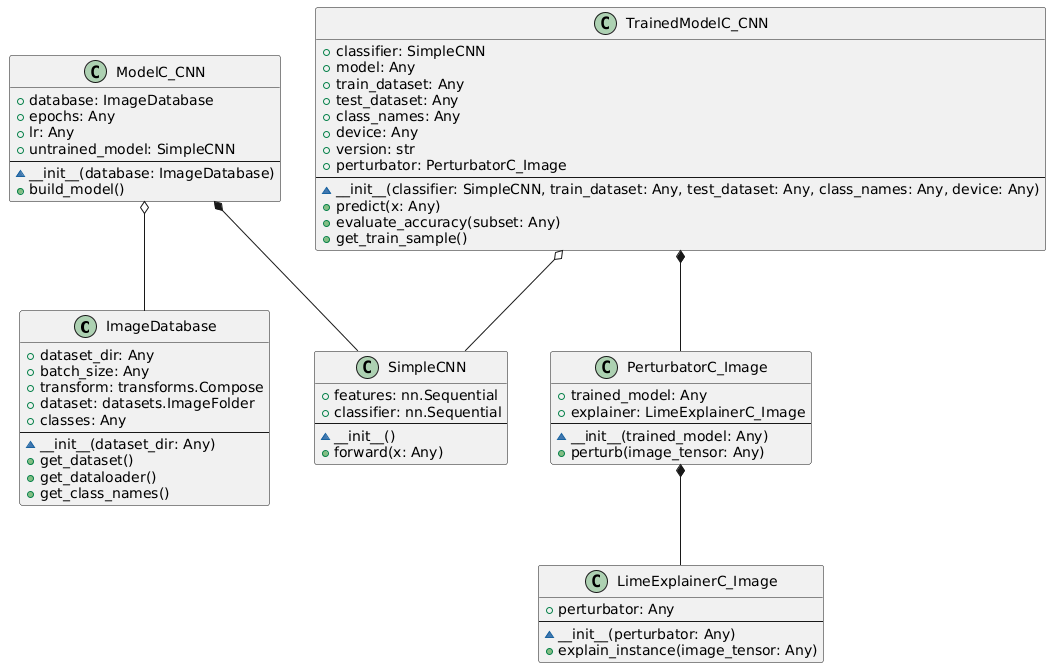
miklotovx/UMLOOModeler keeps this PlantUML diagram as ImageModule/image_lime_UMLOOModeler_diagram.png. Above is the earlier version. Source of this version:
```plantuml
@startuml

class "ImageDatabase" {
  + dataset_dir: Any
  + batch_size: Any
  + transform: transforms.Compose
  + dataset: datasets.ImageFolder
  + classes: Any
  --
  ~ __init__(dataset_dir: Any)
  + get_dataset()
  + get_dataloader()
  + get_class_names()
}

class "ModelC_CNN" {
  + database: ImageDatabase
  + epochs: Any
  + lr: Any
  + untrained_model: SimpleCNN
  --
  ~ __init__(database: ImageDatabase)
  + build_model()
}

class "SimpleCNN" {
  + features: nn.Sequential
  + classifier: nn.Sequential
  --
  ~ __init__()
  + forward(x: Any)
}

class "TrainedModelC_CNN" {
  + classifier: SimpleCNN
  + model: Any
  + train_dataset: Any
  + test_dataset: Any
  + class_names: Any
  + device: Any
  + version: str
  + perturbator: PerturbatorC_Image
  --
  ~ __init__(classifier: SimpleCNN, train_dataset: Any, test_dataset: Any, class_names: Any, device: Any)
  + predict(x: Any)
  + evaluate_accuracy(subset: Any)
  + get_train_sample()
}

class "PerturbatorC_Image" {
  + trained_model: Any
  + explainer: LimeExplainerC_Image
  --
  ~ __init__(trained_model: Any)
  + perturb(image_tensor: Any)
}

class "LimeExplainerC_Image" {
  + perturbator: Any
  --
  ~ __init__(perturbator: Any)
  + explain_instance(image_tensor: Any)
}

ModelC_CNN *-- SimpleCNN
TrainedModelC_CNN *-- PerturbatorC_Image
PerturbatorC_Image *-- LimeExplainerC_Image
ModelC_CNN o-- ImageDatabase
TrainedModelC_CNN o-- SimpleCNN
@enduml
```
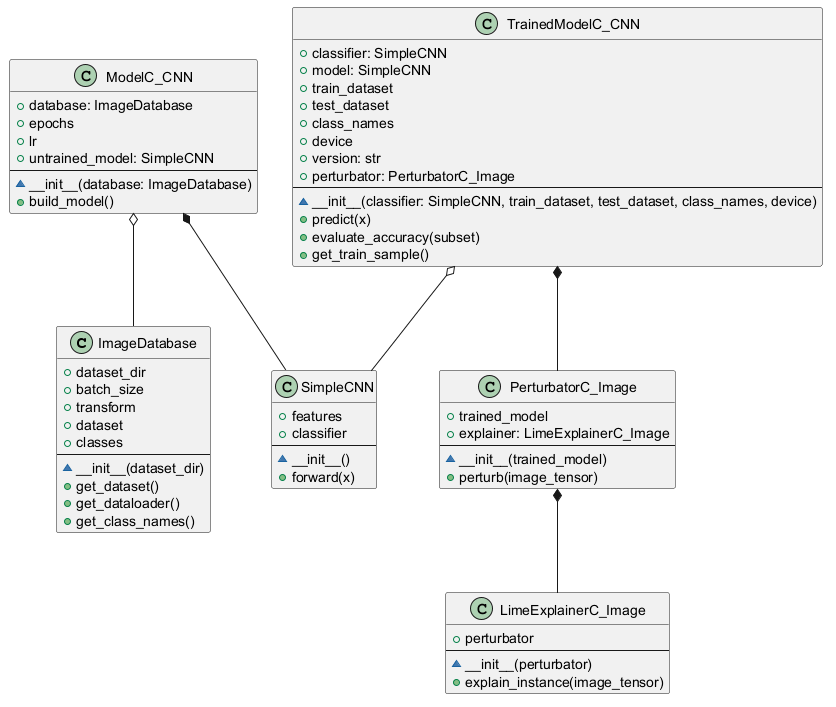
After the change.

What changed in the source:
```diff
@@ -1,13 +1,13 @@
 @startuml
 
 class "ImageDatabase" {
-  + dataset_dir: Any
-  + batch_size: Any
-  + transform: transforms.Compose
-  + dataset: datasets.ImageFolder
-  + classes: Any
+  + dataset_dir
+  + batch_size
+  + transform
+  + dataset
+  + classes
   --
-  ~ __init__(dataset_dir: Any)
+  ~ __init__(dataset_dir)
   + get_dataset()
   + get_dataloader()
   + get_class_names()
@@ -15,8 +15,8 @@
 
 class "ModelC_CNN" {
   + database: ImageDatabase
-  + epochs: Any
-  + lr: Any
+  + epochs
+  + lr
   + untrained_model: SimpleCNN
   --
   ~ __init__(database: ImageDatabase)
@@ -24,42 +24,42 @@
 }
 
 class "SimpleCNN" {
-  + features: nn.Sequential
-  + classifier: nn.Sequential
+  + features
+  + classifier
   --
   ~ __init__()
-  + forward(x: Any)
+  + forward(x)
 }
 
 class "TrainedModelC_CNN" {
   + classifier: SimpleCNN
-  + model: Any
-  + train_dataset: Any
-  + test_dataset: Any
-  + class_names: Any
-  + device: Any
+  + model: SimpleCNN
+  + train_dataset
+  + test_dataset
+  + class_names
+  + device
   + version: str
   + perturbator: PerturbatorC_Image
   --
-  ~ __init__(classifier: SimpleCNN, train_dataset: Any, test_dataset: Any, class_names: Any, device: Any)
-  + predict(x: Any)
-  + evaluate_accuracy(subset: Any)
+  ~ __init__(classifier: SimpleCNN, train_dataset, test_dataset, class_names, device)
+  + predict(x)
+  + evaluate_accuracy(subset)
   + get_train_sample()
 }
 
 class "PerturbatorC_Image" {
-  + trained_model: Any
+  + trained_model
   + explainer: LimeExplainerC_Image
   --
-  ~ __init__(trained_model: Any)
-  + perturb(image_tensor: Any)
+  ~ __init__(trained_model)
+  + perturb(image_tensor)
 }
 
 class "LimeExplainerC_Image" {
-  + perturbator: Any
+  + perturbator
   --
-  ~ __init__(perturbator: Any)
-  + explain_instance(image_tensor: Any)
+  ~ __init__(perturbator)
+  + explain_instance(image_tensor)
 }
 
 ModelC_CNN *-- SimpleCNN
```
